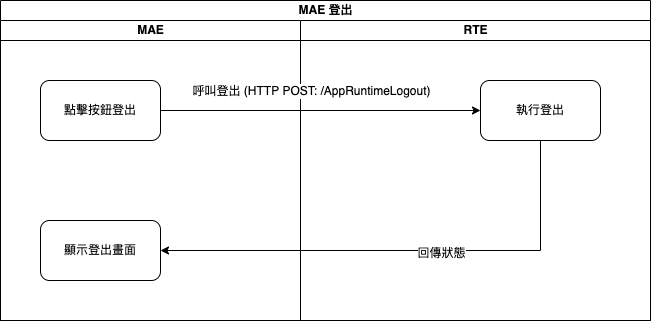
This is asus/MAE/image/workflow_logout.png from ArcareRD/sadocs, a draw.io export, as it was before one commit. Source tidied: cells renumbered, new cells last; positions are measured from the earlier drawing's top-left corner, leaving out a move shared by most shapes.
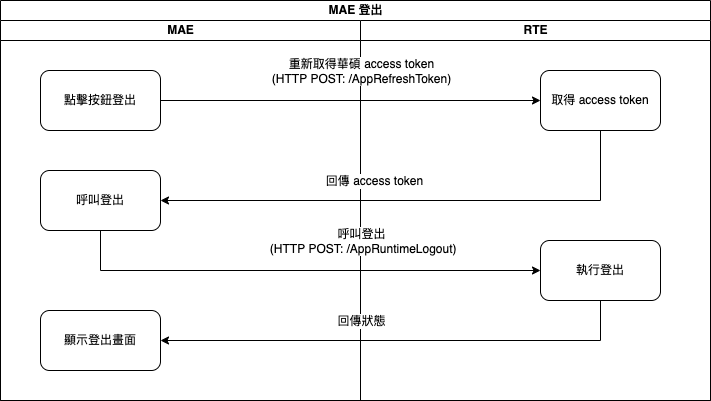
After the commit.

Change to the diagram source:
```diff
@@ -3,40 +3,72 @@
     <mxCell id="0" />
     <mxCell id="1" parent="0" />
     <mxCell id="2" value="MAE 登出" style="swimlane;html=1;startSize=20;" parent="1" vertex="1">
-      <mxGeometry width="650" height="320" as="geometry" />
+      <mxGeometry width="710" height="400" as="geometry" />
     </mxCell>
     <mxCell id="3" value="MAE" style="swimlane;html=1;startSize=20;" parent="2" vertex="1">
-      <mxGeometry y="20" width="300" height="300" as="geometry" />
+      <mxGeometry y="20" width="360" height="380" as="geometry" />
     </mxCell>
     <mxCell id="4" value="點擊按鈕登出" style="whiteSpace=wrap;html=1;rounded=1;" parent="3" vertex="1">
-      <mxGeometry x="40" y="60" width="120" height="60" as="geometry" />
+      <mxGeometry x="40" y="50" width="120" height="60" as="geometry" />
     </mxCell>
     <mxCell id="5" value="顯示登出畫面" style="whiteSpace=wrap;html=1;rounded=1;" parent="3" vertex="1">
-      <mxGeometry x="40" y="200" width="120" height="60" as="geometry" />
+      <mxGeometry x="40" y="290" width="120" height="60" as="geometry" />
     </mxCell>
+    <mxCell id="12" value="呼叫登出" style="whiteSpace=wrap;html=1;rounded=1;" parent="3" vertex="1">
+      <mxGeometry x="40" y="150" width="120" height="60" as="geometry" />
+    </mxCell>
     <mxCell id="6" value="RTE" style="swimlane;html=1;startSize=20;" parent="2" vertex="1">
-      <mxGeometry x="300" y="20" width="350" height="300" as="geometry" />
+      <mxGeometry x="360" y="20" width="350" height="380" as="geometry" />
     </mxCell>
     <mxCell id="7" value="執行登出" style="whiteSpace=wrap;html=1;rounded=1;" parent="6" vertex="1">
-      <mxGeometry x="180" y="60" width="120" height="60" as="geometry" />
+      <mxGeometry x="180" y="220" width="120" height="60" as="geometry" />
     </mxCell>
+    <mxCell id="13" value="取得 access token" style="whiteSpace=wrap;html=1;rounded=1;" parent="6" vertex="1">
+      <mxGeometry x="180" y="50" width="120" height="60" as="geometry" />
+    </mxCell>
-    <mxCell id="8" style="edgeStyle=orthogonalEdgeStyle;rounded=0;jettySize=auto;html=1;exitX=1;exitY=0.5;exitDx=0;exitDy=0;" parent="2" edge="1" source="4" target="7">
-      <mxGeometry relative="1" as="geometry" />
+    <mxCell id="8" style="edgeStyle=orthogonalEdgeStyle;rounded=0;jettySize=auto;html=1;" parent="2" edge="1" source="12" target="7">
+      <mxGeometry relative="1" as="geometry">
+        <Array as="points">
+          <mxPoint x="100" y="270" />
+        </Array>
+      </mxGeometry>
     </mxCell>
-    <mxCell id="9" value="呼叫登出 (HTTP POST: /AppRuntimeLogout)" style="edgeLabel;html=1;align=center;verticalAlign=middle;" parent="8" vertex="1">
+    <mxCell id="9" value="呼叫登出&lt;br&gt;&amp;nbsp;(HTTP POST: /AppRuntimeLogout)" style="edgeLabel;html=1;align=center;verticalAlign=middle;" parent="8" vertex="1">
       <mxGeometry x="-0.3" y="-1" relative="1" as="geometry">
-        <mxPoint x="38" y="-21" as="offset" />
+        <mxPoint x="132" y="-31" as="offset" />
       </mxGeometry>
     </mxCell>
     <mxCell id="10" style="edgeStyle=orthogonalEdgeStyle;rounded=0;jettySize=auto;html=1;" parent="2" edge="1" source="7" target="5">
       <mxGeometry relative="1" as="geometry">
         <Array as="points">
-          <mxPoint x="540" y="250" />
+          <mxPoint x="600" y="340" />
         </Array>
       </mxGeometry>
     </mxCell>
     <mxCell id="11" value="回傳狀態" style="edgeLabel;html=1;align=center;verticalAlign=middle;" parent="10" vertex="1">
-      <mxGeometry x="-0.14" y="2" relative="1" as="geometry" />
+      <mxGeometry x="-0.14" y="2" relative="1" as="geometry">
+        <mxPoint x="-74" y="-22" as="offset" />
+      </mxGeometry>
     </mxCell>
+    <mxCell id="14" style="edgeStyle=orthogonalEdgeStyle;rounded=0;jettySize=auto;html=1;" parent="2" edge="1" source="4" target="13">
+      <mxGeometry relative="1" as="geometry" />
+    </mxCell>
+    <mxCell id="15" value="重新取得華碩 access token&lt;br&gt;(HTTP POST: /AppRefreshToken)" style="edgeLabel;html=1;align=center;verticalAlign=middle;" parent="14" vertex="1">
+      <mxGeometry x="-0.37" relative="1" as="geometry">
+        <mxPoint x="80" y="-30" as="offset" />
+      </mxGeometry>
+    </mxCell>
+    <mxCell id="16" style="edgeStyle=orthogonalEdgeStyle;rounded=0;jettySize=auto;html=1;exitX=0.5;exitY=1;exitDx=0;exitDy=0;" parent="2" edge="1" source="13" target="12">
+      <mxGeometry relative="1" as="geometry">
+        <Array as="points">
+          <mxPoint x="600" y="200" />
+        </Array>
+      </mxGeometry>
+    </mxCell>
+    <mxCell id="17" value="回傳 access token" style="edgeLabel;html=1;align=center;verticalAlign=middle;" parent="16" vertex="1">
+      <mxGeometry x="0.16" y="1" relative="1" as="geometry">
+        <mxPoint y="-21" as="offset" />
+      </mxGeometry>
+    </mxCell>
   </root>
 </mxGraphModel>
```
